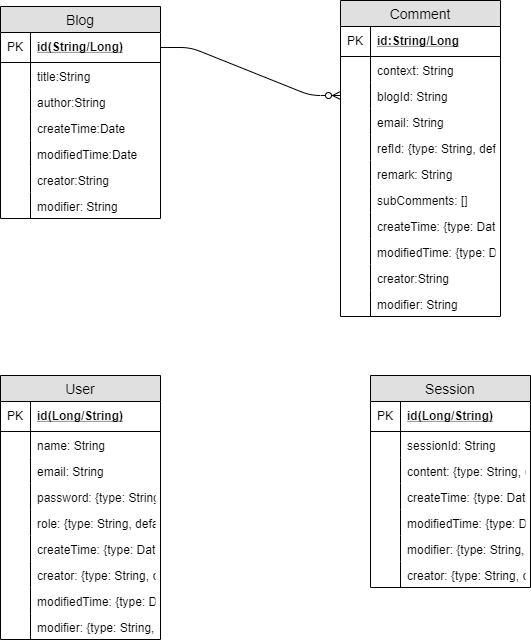
The draw.io diagram asa-vwe-domain/vwe.png in GitHubsteven/asa-vwe-parent, before a commit. Source tidied: cells renumbered, new cells last; positions are measured from the earlier drawing's top-left corner, leaving out a move shared by most shapes.
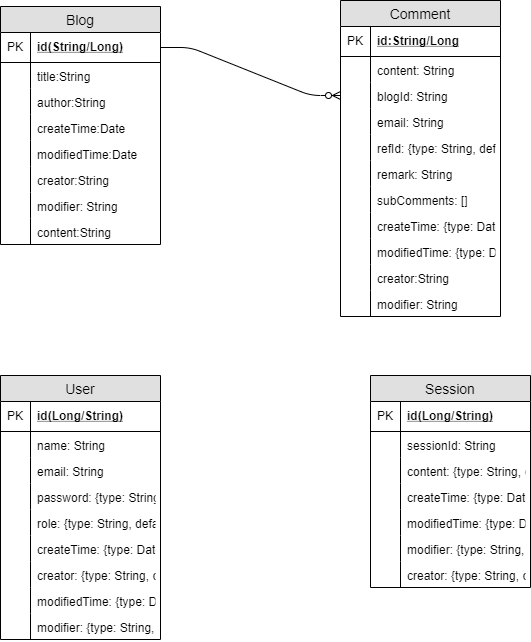
Later version of the same file.

The edit, as a diff of the source:
```diff
@@ -3,7 +3,7 @@
     <mxCell id="0" />
     <mxCell id="1" parent="0" />
     <mxCell id="2" value="Blog" style="swimlane;fontStyle=0;horizontal=1;startSize=26;fillColor=#e0e0e0;swimlaneFillColor=#ffffff;align=center;fontSize=14;" parent="1" vertex="1">
-      <mxGeometry y="6" width="160" height="212" as="geometry" />
+      <mxGeometry y="6" width="160" height="238" as="geometry" />
     </mxCell>
     <mxCell id="3" value="id(String/Long)" style="shape=partialRectangle;top=0;left=0;right=0;bottom=1;align=left;verticalAlign=middle;fillColor=none;spacingLeft=34;spacingRight=4;overflow=hidden;points=[[0,0.5],[1,0.5]];portConstraint=eastwest;fontStyle=5;fontSize=12;" parent="2" vertex="1">
       <mxGeometry y="26" width="160" height="30" as="geometry" />
@@ -47,6 +47,12 @@
     <mxCell id="16" style="shape=partialRectangle;top=0;left=0;bottom=0;fillColor=none;align=left;verticalAlign=top;spacingLeft=4;spacingRight=4;overflow=hidden;fontSize=12;" parent="15" vertex="1">
       <mxGeometry width="30" height="26" as="geometry" />
     </mxCell>
+    <mxCell id="75" value="content:String" style="shape=partialRectangle;top=0;left=0;right=0;bottom=0;align=left;verticalAlign=top;fillColor=none;spacingLeft=34;spacingRight=4;overflow=hidden;fontSize=12;" parent="2" vertex="1">
+      <mxGeometry y="212" width="160" height="26" as="geometry" />
+    </mxCell>
+    <mxCell id="76" style="shape=partialRectangle;top=0;left=0;bottom=0;fillColor=none;align=left;verticalAlign=top;spacingLeft=4;spacingRight=4;overflow=hidden;fontSize=12;" parent="75" vertex="1">
+      <mxGeometry width="30" height="26" as="geometry" />
+    </mxCell>
     <mxCell id="17" value="Comment" style="swimlane;fontStyle=0;horizontal=1;startSize=26;fillColor=#e0e0e0;swimlaneFillColor=#ffffff;align=center;fontSize=14;" parent="1" vertex="1">
       <mxGeometry x="340" width="160" height="316" as="geometry" />
     </mxCell>
@@ -56,7 +62,7 @@
     <mxCell id="19" value="PK" style="shape=partialRectangle;top=0;left=0;bottom=0;fillColor=none;align=left;verticalAlign=middle;spacingLeft=4;spacingRight=4;overflow=hidden;fontSize=12;" parent="18" vertex="1">
       <mxGeometry width="30" height="30" as="geometry" />
     </mxCell>
-    <mxCell id="20" value="context: String" style="shape=partialRectangle;top=0;left=0;right=0;bottom=0;align=left;verticalAlign=top;fillColor=none;spacingLeft=34;spacingRight=4;overflow=hidden;fontSize=12;" parent="17" vertex="1">
+    <mxCell id="20" value="content: String" style="shape=partialRectangle;top=0;left=0;right=0;bottom=0;align=left;verticalAlign=top;fillColor=none;spacingLeft=34;spacingRight=4;overflow=hidden;fontSize=12;" parent="17" vertex="1">
       <mxGeometry y="56" width="160" height="26" as="geometry" />
     </mxCell>
     <mxCell id="21" style="shape=partialRectangle;top=0;left=0;bottom=0;fillColor=none;align=left;verticalAlign=top;spacingLeft=4;spacingRight=4;overflow=hidden;fontSize=12;" parent="20" vertex="1">
```
